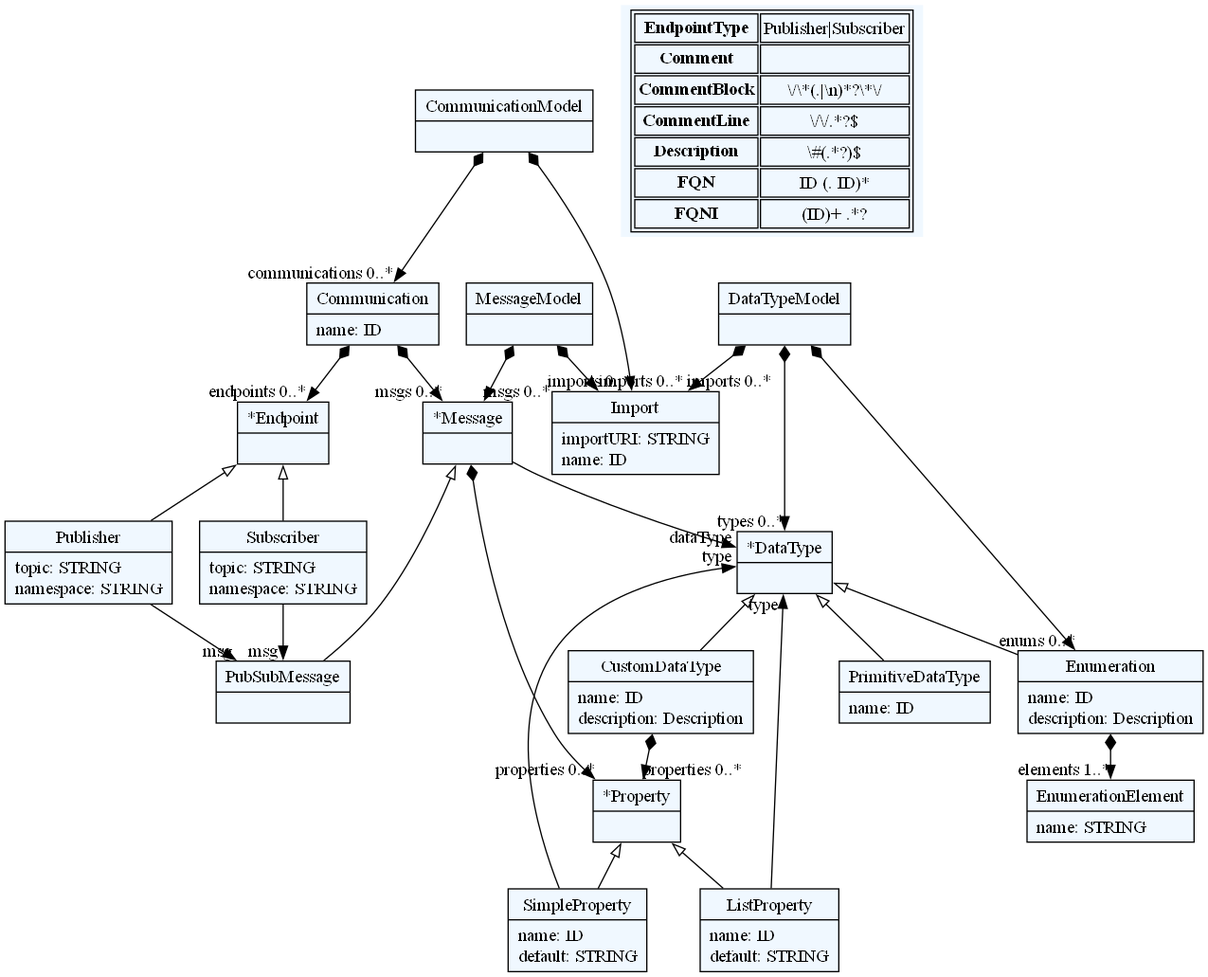
balojohn/thesis keeps this Graphviz diagram as omnisim/grammar/communication.dot.png. Above is the earlier version. Its source is kept beside it as omnisim/grammar/communication.dot.
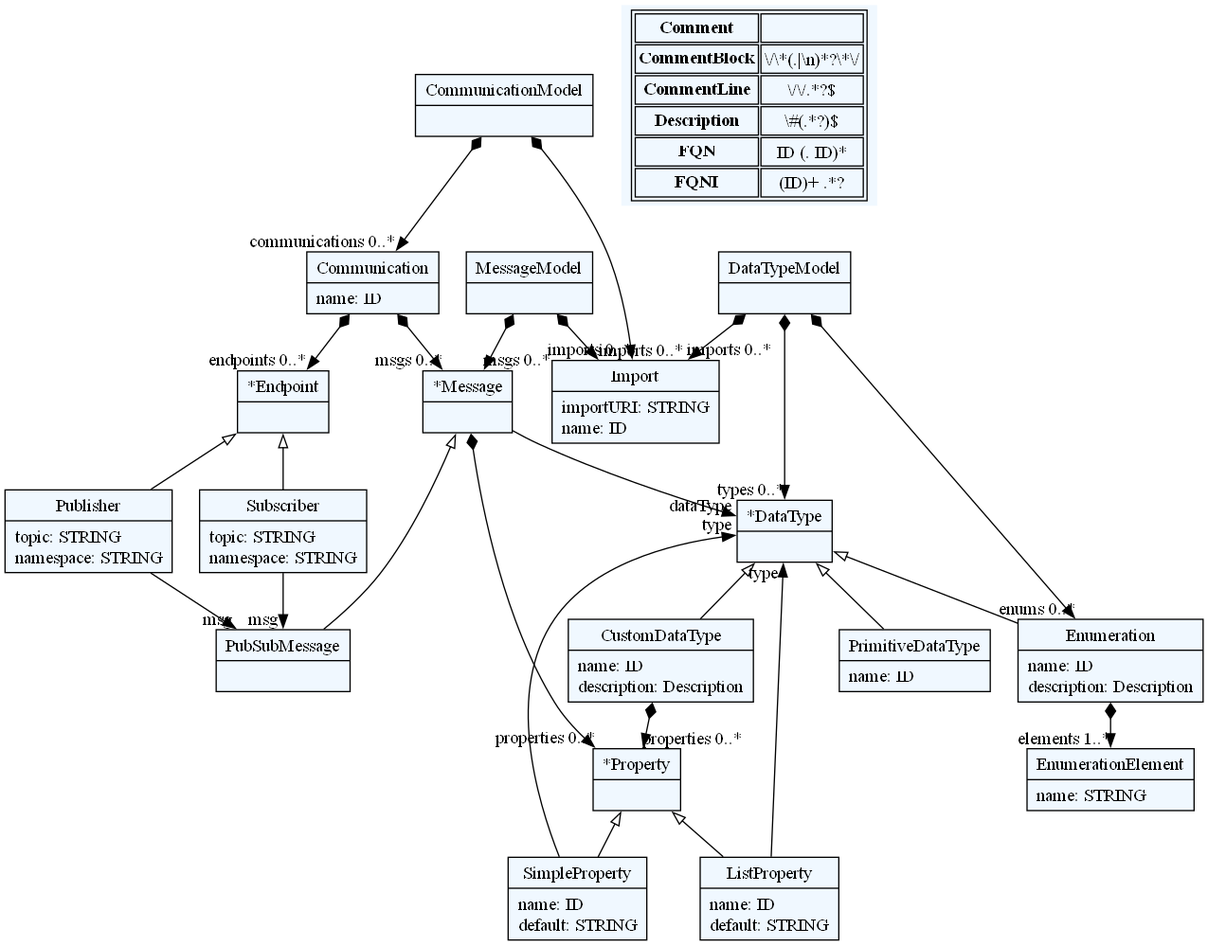
Above is the later version.

Change to the diagram source:
```diff
@@ -10,73 +10,70 @@
     edge[dir=black,arrowtail=empty]
 
 
-2199090417056[ label="{CommunicationModel|}"]
+2563299948304[ label="{CommunicationModel|}"]
 
-2199090421232[ label="{Communication|name: ID\l}"]
+2563299946624[ label="{Communication|name: ID\l}"]
 
-2199090424064[ label="{*Endpoint|}"]
+2563299938224[ label="{*Endpoint|}"]
 
-2199053269184[ label="{Publisher|topic: STRING\lnamespace: STRING\l}"]
+2563300333744[ label="{Publisher|topic: STRING\lnamespace: STRING\l}"]
 
-2199057324496[ label="{Subscriber|topic: STRING\lnamespace: STRING\l}"]
+2563300333696[ label="{Subscriber|topic: STRING\lnamespace: STRING\l}"]
 
-2199090509296[ label="{DataTypeModel|}"]
+2563300339120[ label="{DataTypeModel|}"]
 
-2199090509104[ label="{*DataType|}"]
+2563300339216[ label="{*DataType|}"]
 
-2199090508288[ label="{CustomDataType|name: ID\ldescription: Description\l}"]
+2563300339312[ label="{CustomDataType|name: ID\ldescription: Description\l}"]
 
-2199090506800[ label="{*Property|}"]
+2563300339408[ label="{*Property|}"]
 
-2199090506896[ label="{SimpleProperty|name: ID\ldefault: STRING\l}"]
+2563300339504[ label="{SimpleProperty|name: ID\ldefault: STRING\l}"]
 
-2199090506992[ label="{ListProperty|name: ID\ldefault: STRING\l}"]
+2563300339600[ label="{ListProperty|name: ID\ldefault: STRING\l}"]
 
-2199090506944[ label="{Enumeration|name: ID\ldescription: Description\l}"]
+2563300339744[ label="{Enumeration|name: ID\ldescription: Description\l}"]
 
-2199090507184[ label="{EnumerationElement|name: STRING\l}"]
+2563300340272[ label="{EnumerationElement|name: STRING\l}"]
 
-2199090507232[ label="{PrimitiveDataType|name: ID\l}"]
+2563300340896[ label="{PrimitiveDataType|name: ID\l}"]
 
-2199090507520[ label="{Import|importURI: STRING\lname: ID\l}"]
+2563300341568[ label="{Import|importURI: STRING\lname: ID\l}"]
 
-2199090507808[ label="{MessageModel|}"]
+2563300342240[ label="{MessageModel|}"]
 
-2199090509248[ label="{*Message|}"]
+2563300342336[ label="{*Message|}"]
 
-2199090498016[ label="{PubSubMessage|}"]
+2563300342432[ label="{PubSubMessage|}"]
 
 
 
-2199090417056 -> 2199090507520[arrowtail=diamond, dir=both, headlabel="imports 0..*"]
-2199090417056 -> 2199090421232[arrowtail=diamond, dir=both, headlabel="communications 0..*"]
-2199090421232 -> 2199090424064[arrowtail=diamond, dir=both, headlabel="endpoints 0..*"]
-2199090421232 -> 2199090509248[arrowtail=diamond, dir=both, headlabel="msgs 0..*"]
-2199090424064 -> 2199053269184 [dir=back]
-2199090424064 -> 2199057324496 [dir=back]
-2199053269184 -> 2199090498016[headlabel="msg "]
-2199057324496 -> 2199090498016[headlabel="msg "]
-2199090509296 -> 2199090507520[arrowtail=diamond, dir=both, headlabel="imports 0..*"]
-2199090509296 -> 2199090509104[arrowtail=diamond, dir=both, headlabel="types 0..*"]
-2199090509296 -> 2199090506944[arrowtail=diamond, dir=both, headlabel="enums 0..*"]
-2199090509104 -> 2199090507232 [dir=back]
-2199090509104 -> 2199090506944 [dir=back]
-2199090509104 -> 2199090508288 [dir=back]
-2199090508288 -> 2199090506800[arrowtail=diamond, dir=both, headlabel="properties 0..*"]
-2199090506800 -> 2199090506992 [dir=back]
-2199090506800 -> 2199090506896 [dir=back]
-2199090506896 -> 2199090509104[headlabel="type "]
-2199090506992 -> 2199090509104[headlabel="type "]
-2199090506944 -> 2199090507184[arrowtail=diamond, dir=both, headlabel="elements 1..*"]
-2199090507808 -> 2199090507520[arrowtail=diamond, dir=both, headlabel="imports 0..*"]
-2199090507808 -> 2199090509248[arrowtail=diamond, dir=both, headlabel="msgs 0..*"]
-2199090509248 -> 2199090506800[arrowtail=diamond, dir=both, headlabel="properties 0..*"]
-2199090509248 -> 2199090509104[headlabel="dataType "]
-2199090509248 -> 2199090498016 [dir=back]
+2563299948304 -> 2563300341568[arrowtail=diamond, dir=both, headlabel="imports 0..*"]
+2563299948304 -> 2563299946624[arrowtail=diamond, dir=both, headlabel="communications 0..*"]
+2563299946624 -> 2563299938224[arrowtail=diamond, dir=both, headlabel="endpoints 0..*"]
+2563299946624 -> 2563300342336[arrowtail=diamond, dir=both, headlabel="msgs 0..*"]
+2563299938224 -> 2563300333744 [dir=back]
+2563299938224 -> 2563300333696 [dir=back]
+2563300333744 -> 2563300342432[headlabel="msg "]
+2563300333696 -> 2563300342432[headlabel="msg "]
+2563300339120 -> 2563300341568[arrowtail=diamond, dir=both, headlabel="imports 0..*"]
+2563300339120 -> 2563300339216[arrowtail=diamond, dir=both, headlabel="types 0..*"]
+2563300339120 -> 2563300339744[arrowtail=diamond, dir=both, headlabel="enums 0..*"]
+2563300339216 -> 2563300340896 [dir=back]
+2563300339216 -> 2563300339744 [dir=back]
+2563300339216 -> 2563300339312 [dir=back]
+2563300339312 -> 2563300339408[arrowtail=diamond, dir=both, headlabel="properties 0..*"]
+2563300339408 -> 2563300339600 [dir=back]
+2563300339408 -> 2563300339504 [dir=back]
+2563300339504 -> 2563300339216[headlabel="type "]
+2563300339600 -> 2563300339216[headlabel="type "]
+2563300339744 -> 2563300340272[arrowtail=diamond, dir=both, headlabel="elements 1..*"]
+2563300342240 -> 2563300341568[arrowtail=diamond, dir=both, headlabel="imports 0..*"]
+2563300342240 -> 2563300342336[arrowtail=diamond, dir=both, headlabel="msgs 0..*"]
+2563300342336 -> 2563300339408[arrowtail=diamond, dir=both, headlabel="properties 0..*"]
+2563300342336 -> 2563300339216[headlabel="dataType "]
+2563300342336 -> 2563300342432 [dir=back]
 match_rules [ shape=plaintext, label=< <table>
-	<tr>
-		<td><b>EndpointType</b></td><td>Publisher|Subscriber</td>
-	</tr>
 	<tr>
 		<td><b>Comment</b></td><td></td>
 	</tr>
```
